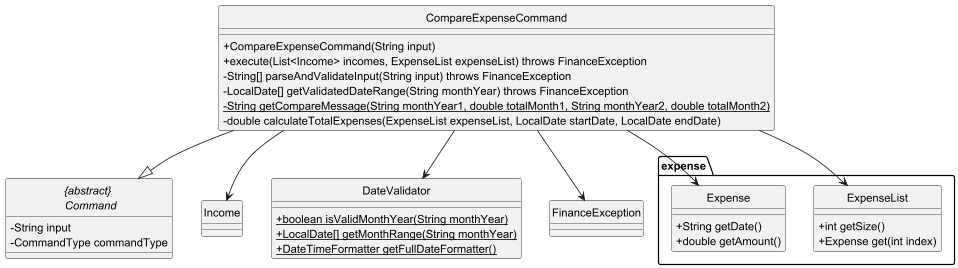
Earlier version of the PlantUML export docs/diagrams/CompareExpenseCommandClass.png (thienkimtranhoang/tp).
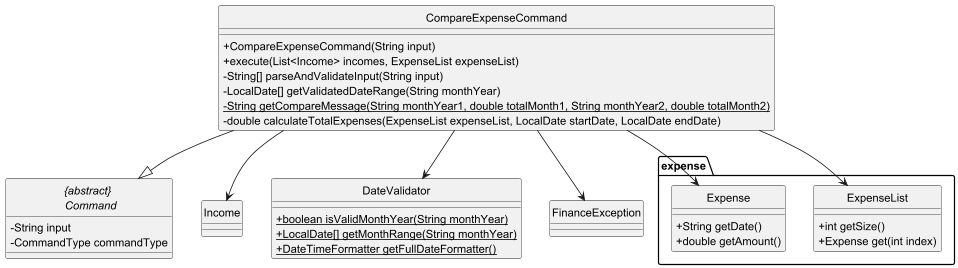
The same file after the commit.

Commit message:
update plantUML to include less details on exceptions in class diagrams

The edit, as a diff of the source:
```diff
@@ -6,9 +6,9 @@
 
         class CompareExpenseCommand {
             + CompareExpenseCommand(String input)
-            + execute(List<Income> incomes, ExpenseList expenseList) throws FinanceException
-            - String[] parseAndValidateInput(String input) throws FinanceException
-            - LocalDate[] getValidatedDateRange(String monthYear) throws FinanceException
+            + execute(List<Income> incomes, ExpenseList expenseList)
+            - String[] parseAndValidateInput(String input)
+            - LocalDate[] getValidatedDateRange(String monthYear)
             - {static} String getCompareMessage(String monthYear1, double totalMonth1, String monthYear2, double totalMonth2)
             - double calculateTotalExpenses(ExpenseList expenseList, LocalDate startDate, LocalDate endDate)
         }
```
